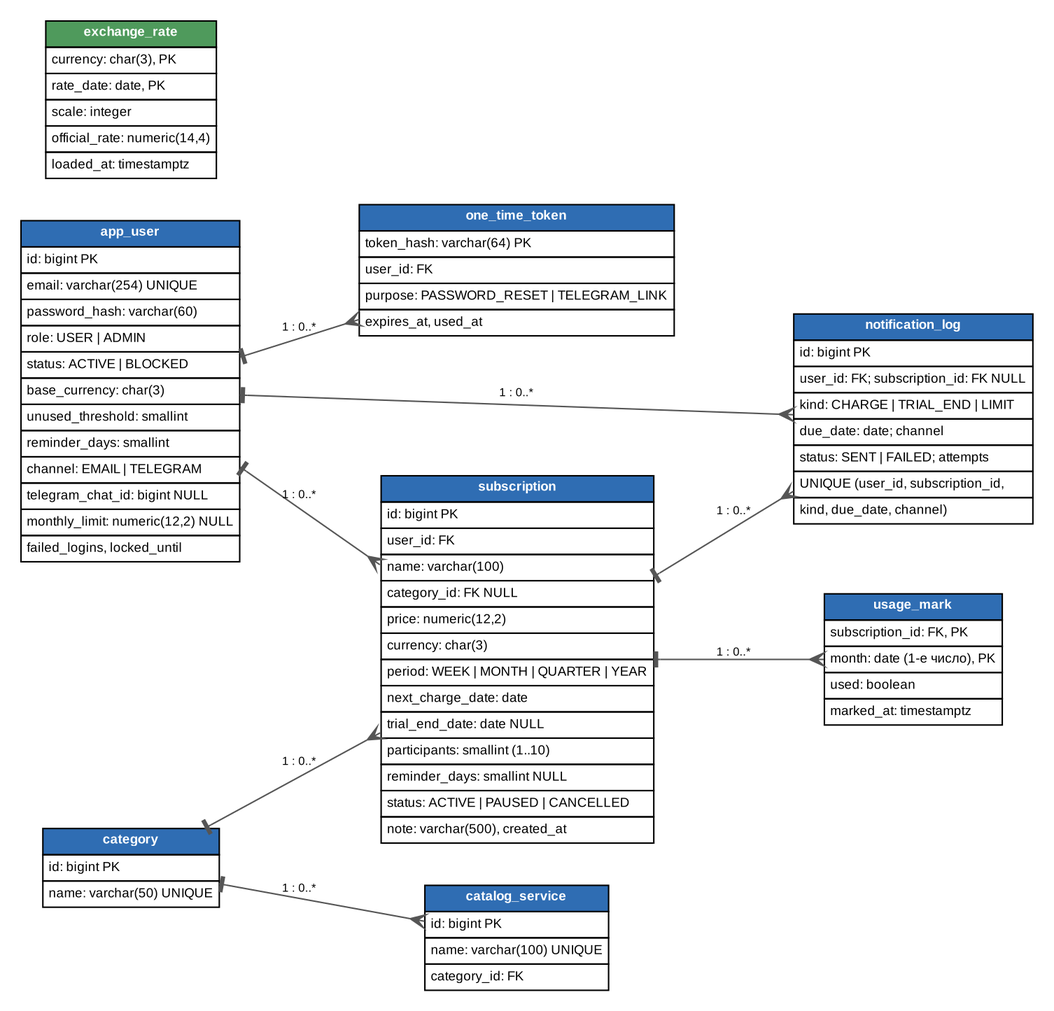
Above: sdd/images/data-model.png in BSUIR-SDLC/SDLC (Graphviz), before the change. Its source is kept beside it as sdd/models/data-model.dot.
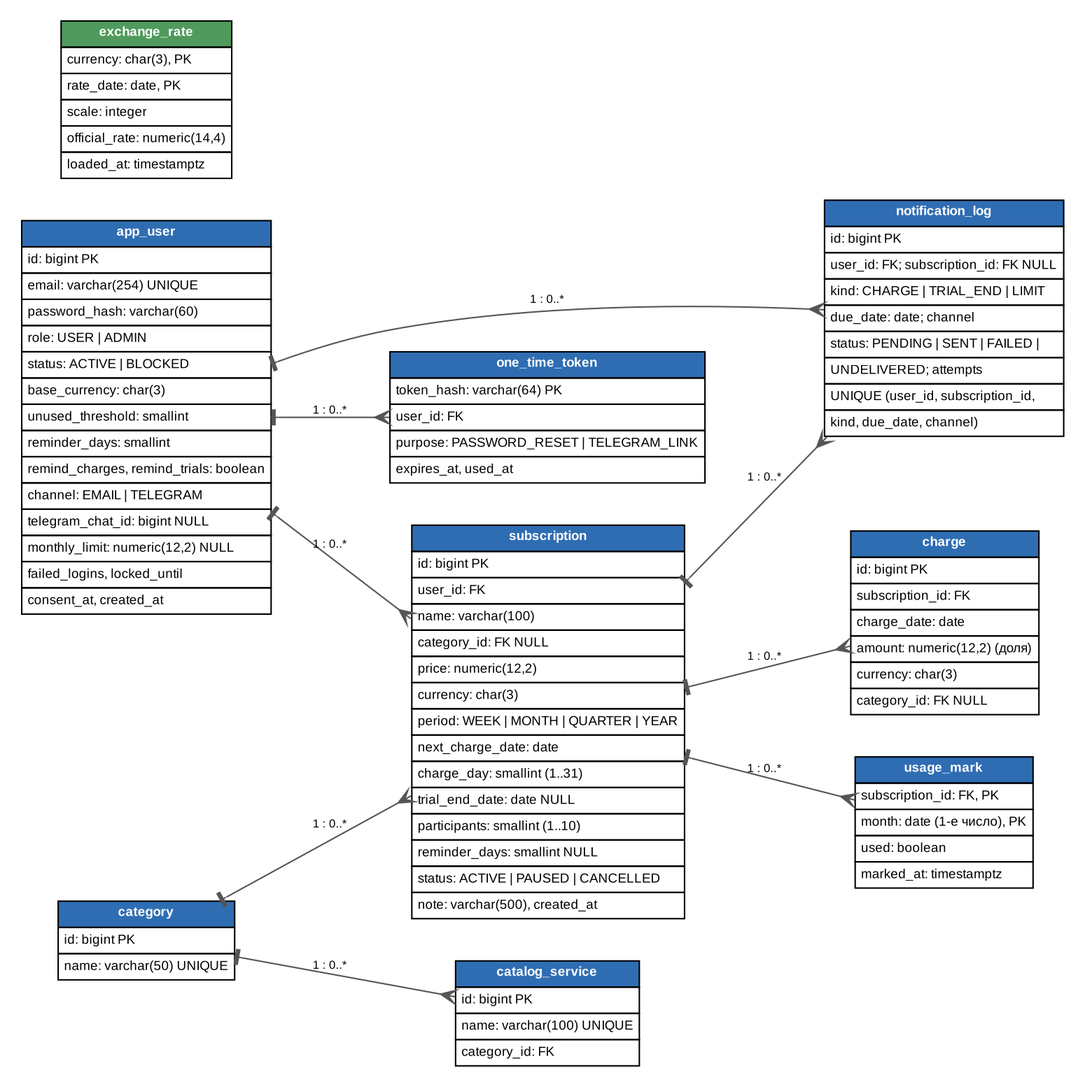
The same file after the commit.

Commit message:
lab5: SDD v0.4 с UML-диаграммами, ADR-0008 и связи диаграмм в ADR-0004…0007

Diff of the diagram source:
```diff
@@ -13,10 +13,12 @@
     <tr><td align="left">base_currency: char(3)</td></tr>
     <tr><td align="left">unused_threshold: smallint</td></tr>
     <tr><td align="left">reminder_days: smallint</td></tr>
+    <tr><td align="left">remind_charges, remind_trials: boolean</td></tr>
     <tr><td align="left">channel: EMAIL | TELEGRAM</td></tr>
     <tr><td align="left">telegram_chat_id: bigint NULL</td></tr>
     <tr><td align="left">monthly_limit: numeric(12,2) NULL</td></tr>
     <tr><td align="left">failed_logins, locked_until</td></tr>
+    <tr><td align="left">consent_at, created_at</td></tr>
   </table>>];
   tokens [label=<<table border="0" cellborder="1" cellspacing="0" cellpadding="3">
     <tr><td bgcolor="#2f6db3"><font color="white"><b>one_time_token</b></font></td></tr>
@@ -46,6 +48,7 @@
     <tr><td align="left">currency: char(3)</td></tr>
     <tr><td align="left">period: WEEK | MONTH | QUARTER | YEAR</td></tr>
     <tr><td align="left">next_charge_date: date</td></tr>
+    <tr><td align="left">charge_day: smallint (1..31)</td></tr>
     <tr><td align="left">trial_end_date: date NULL</td></tr>
     <tr><td align="left">participants: smallint (1..10)</td></tr>
     <tr><td align="left">reminder_days: smallint NULL</td></tr>
@@ -65,9 +68,19 @@
     <tr><td align="left">user_id: FK; subscription_id: FK NULL</td></tr>
     <tr><td align="left">kind: CHARGE | TRIAL_END | LIMIT</td></tr>
     <tr><td align="left">due_date: date; channel</td></tr>
-    <tr><td align="left">status: SENT | FAILED; attempts</td></tr>
+    <tr><td align="left">status: PENDING | SENT | FAILED |</td></tr>
+    <tr><td align="left">UNDELIVERED; attempts</td></tr>
     <tr><td align="left">UNIQUE (user_id, subscription_id,</td></tr>
     <tr><td align="left">kind, due_date, channel)</td></tr>
+  </table>>];
+  charge [label=<<table border="0" cellborder="1" cellspacing="0" cellpadding="3">
+    <tr><td bgcolor="#2f6db3"><font color="white"><b>charge</b></font></td></tr>
+    <tr><td align="left">id: bigint PK</td></tr>
+    <tr><td align="left">subscription_id: FK</td></tr>
+    <tr><td align="left">charge_date: date</td></tr>
+    <tr><td align="left">amount: numeric(12,2) (доля)</td></tr>
+    <tr><td align="left">currency: char(3)</td></tr>
+    <tr><td align="left">category_id: FK NULL</td></tr>
   </table>>];
   rate [label=<<table border="0" cellborder="1" cellspacing="0" cellpadding="3">
     <tr><td bgcolor="#4f9a5c"><font color="white"><b>exchange_rate</b></font></td></tr>
@@ -83,6 +96,7 @@
   users -> notif [label="1 : 0..*"];
   subscription -> usage [label="1 : 0..*"];
   subscription -> notif [label="1 : 0..*"];
+  subscription -> charge [label="1 : 0..*"];
   category -> subscription [label="1 : 0..*"];
   category -> catalog [label="1 : 0..*"];
 }
```
